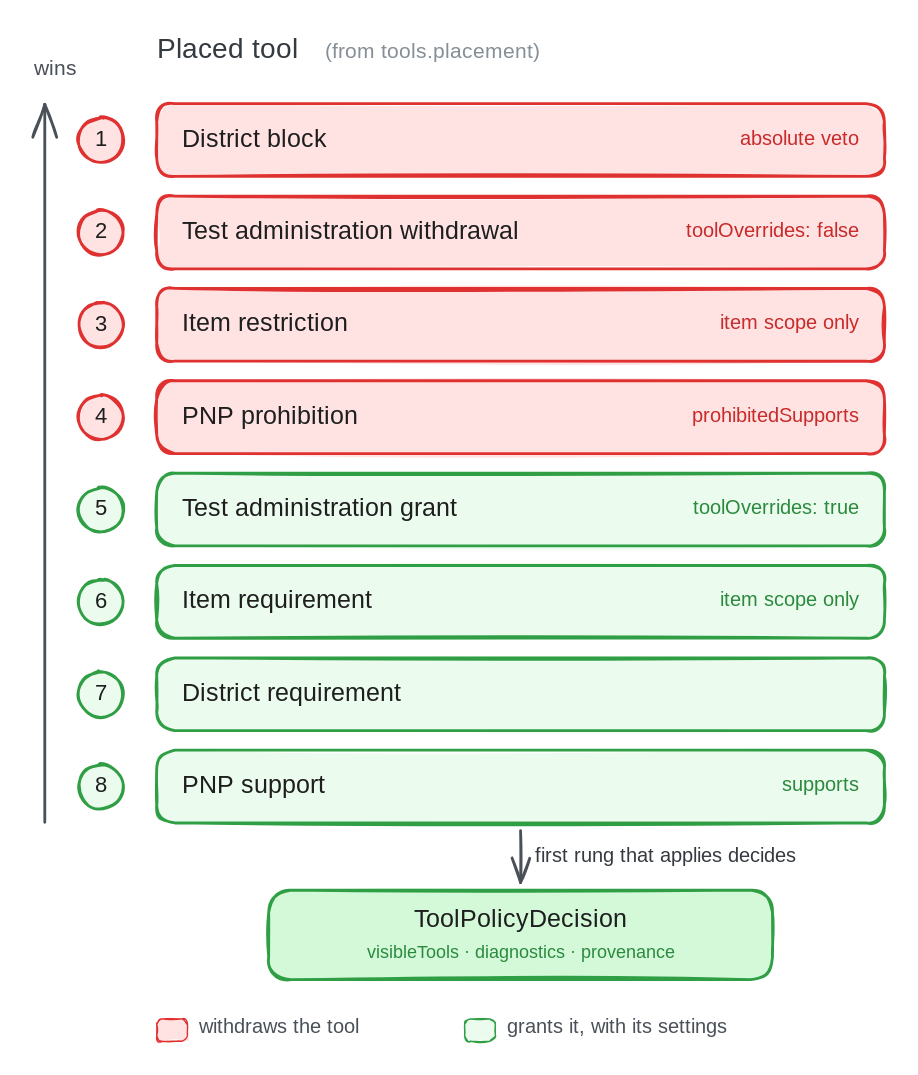
Before: packages/pie-website-app/static/images/diagrams/tool-policy-precedence.excalidraw.svg, a diagram exported from Excalidraw (pie-framework/pie-website-ng). Source tidied: one line per element, renumbered; positions are measured from the earlier drawing's top-left corner, leaving out a move shared by most shapes.
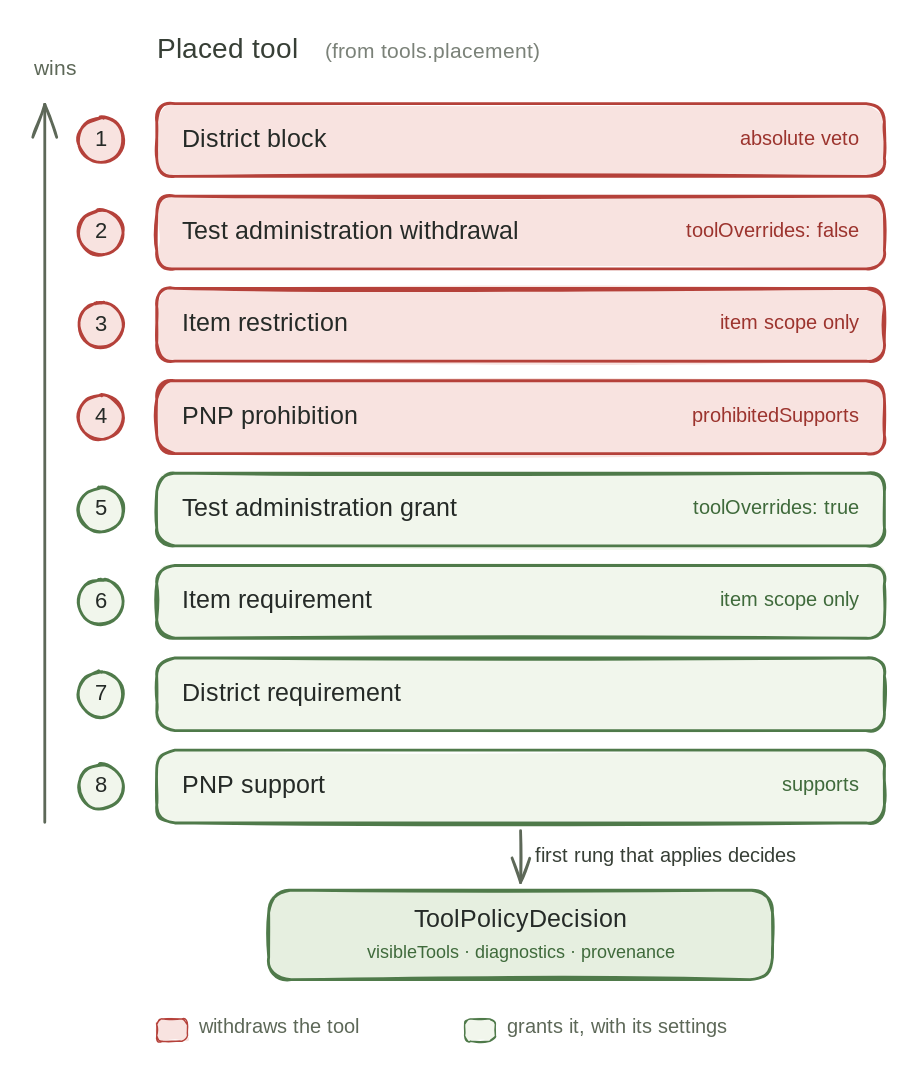
Later version of the same file.

The edit, as a diff of the source:
```diff
@@ -1,52 +1,52 @@
-{"id": 0, "type": "ellipse", "strokeColor": "#e03131", "backgroundColor": "#ffe3e3", "fillStyle": "solid", "strokeWidth": 2, "roughness": 1, "x": 32, "y": 60, "width": 32, "height": 32}
+{"id": 0, "type": "ellipse", "strokeColor": "#b5413a", "backgroundColor": "#f8e3e0", "fillStyle": "solid", "strokeWidth": 2, "roughness": 1, "x": 32, "y": 60, "width": 32, "height": 32}
-{"id": 1, "type": "text", "text": "1", "strokeColor": "#1e1e1e", "strokeWidth": 2, "roughness": 1, "fontSize": 16, "fontFamily": 5, "textAlign": "center", "x": 45, "y": 66, "width": 7, "height": 20}
+{"id": 1, "type": "text", "text": "1", "strokeColor": "#252a27", "strokeWidth": 2, "roughness": 1, "fontSize": 16, "fontFamily": 5, "textAlign": "center", "x": 45, "y": 66, "width": 7, "height": 20}
-{"id": 2, "type": "rectangle", "strokeColor": "#e03131", "backgroundColor": "#ffe3e3", "fillStyle": "solid", "strokeWidth": 2, "roughness": 1, "round": true, "x": 88, "y": 50, "width": 520, "height": 52}
+{"id": 2, "type": "rectangle", "strokeColor": "#b5413a", "backgroundColor": "#f8e3e0", "fillStyle": "solid", "strokeWidth": 2, "roughness": 1, "round": true, "x": 88, "y": 50, "width": 520, "height": 52}
-{"id": 3, "type": "text", "text": "District block", "strokeColor": "#1e1e1e", "strokeWidth": 2, "roughness": 1, "fontSize": 18, "fontFamily": 5, "x": 106, "y": 65, "width": 120, "height": 22}
+{"id": 3, "type": "text", "text": "District block", "strokeColor": "#252a27", "strokeWidth": 2, "roughness": 1, "fontSize": 18, "fontFamily": 5, "x": 106, "y": 65, "width": 120, "height": 22}
-{"id": 4, "type": "ellipse", "strokeColor": "#e03131", "backgroundColor": "#ffe3e3", "fillStyle": "solid", "strokeWidth": 2, "roughness": 1, "x": 32, "y": 126, "width": 32, "height": 32}
+{"id": 4, "type": "ellipse", "strokeColor": "#b5413a", "backgroundColor": "#f8e3e0", "fillStyle": "solid", "strokeWidth": 2, "roughness": 1, "x": 32, "y": 126, "width": 32, "height": 32}
-{"id": 5, "type": "text", "text": "2", "strokeColor": "#1e1e1e", "strokeWidth": 2, "roughness": 1, "fontSize": 16, "fontFamily": 5, "textAlign": "center", "x": 42, "y": 132, "width": 11, "height": 20}
+{"id": 5, "type": "text", "text": "2", "strokeColor": "#252a27", "strokeWidth": 2, "roughness": 1, "fontSize": 16, "fontFamily": 5, "textAlign": "center", "x": 42, "y": 132, "width": 11, "height": 20}
-{"id": 6, "type": "rectangle", "strokeColor": "#e03131", "backgroundColor": "#ffe3e3", "fillStyle": "solid", "strokeWidth": 2, "roughness": 1, "round": true, "x": 88, "y": 116, "width": 520, "height": 52}
+{"id": 6, "type": "rectangle", "strokeColor": "#b5413a", "backgroundColor": "#f8e3e0", "fillStyle": "solid", "strokeWidth": 2, "roughness": 1, "round": true, "x": 88, "y": 116, "width": 520, "height": 52}
-{"id": 7, "type": "text", "text": "Test administration withdrawal", "strokeColor": "#1e1e1e", "strokeWidth": 2, "roughness": 1, "fontSize": 18, "fontFamily": 5, "x": 106, "y": 131, "width": 272, "height": 22}
+{"id": 7, "type": "text", "text": "Test administration withdrawal", "strokeColor": "#252a27", "strokeWidth": 2, "roughness": 1, "fontSize": 18, "fontFamily": 5, "x": 106, "y": 131, "width": 272, "height": 22}
-{"id": 8, "type": "ellipse", "strokeColor": "#e03131", "backgroundColor": "#ffe3e3", "fillStyle": "solid", "strokeWidth": 2, "roughness": 1, "x": 32, "y": 192, "width": 32, "height": 32}
+{"id": 8, "type": "ellipse", "strokeColor": "#b5413a", "backgroundColor": "#f8e3e0", "fillStyle": "solid", "strokeWidth": 2, "roughness": 1, "x": 32, "y": 192, "width": 32, "height": 32}
-{"id": 9, "type": "text", "text": "3", "strokeColor": "#1e1e1e", "strokeWidth": 2, "roughness": 1, "fontSize": 16, "fontFamily": 5, "textAlign": "center", "x": 43, "y": 198, "width": 10, "height": 20}
+{"id": 9, "type": "text", "text": "3", "strokeColor": "#252a27", "strokeWidth": 2, "roughness": 1, "fontSize": 16, "fontFamily": 5, "textAlign": "center", "x": 43, "y": 198, "width": 10, "height": 20}
-{"id": 10, "type": "rectangle", "strokeColor": "#e03131", "backgroundColor": "#ffe3e3", "fillStyle": "solid", "strokeWidth": 2, "roughness": 1, "round": true, "x": 88, "y": 182, "width": 520, "height": 52}
+{"id": 10, "type": "rectangle", "strokeColor": "#b5413a", "backgroundColor": "#f8e3e0", "fillStyle": "solid", "strokeWidth": 2, "roughness": 1, "round": true, "x": 88, "y": 182, "width": 520, "height": 52}
-{"id": 11, "type": "text", "text": "Item restriction", "strokeColor": "#1e1e1e", "strokeWidth": 2, "roughness": 1, "fontSize": 18, "fontFamily": 5, "x": 106, "y": 197, "width": 141, "height": 22}
+{"id": 11, "type": "text", "text": "Item restriction", "strokeColor": "#252a27", "strokeWidth": 2, "roughness": 1, "fontSize": 18, "fontFamily": 5, "x": 106, "y": 197, "width": 141, "height": 22}
-{"id": 12, "type": "ellipse", "strokeColor": "#e03131", "backgroundColor": "#ffe3e3", "fillStyle": "solid", "strokeWidth": 2, "roughness": 1, "x": 32, "y": 258, "width": 32, "height": 32}
+{"id": 12, "type": "ellipse", "strokeColor": "#b5413a", "backgroundColor": "#f8e3e0", "fillStyle": "solid", "strokeWidth": 2, "roughness": 1, "x": 32, "y": 258, "width": 32, "height": 32}
-{"id": 13, "type": "text", "text": "4", "strokeColor": "#1e1e1e", "strokeWidth": 2, "roughness": 1, "fontSize": 16, "fontFamily": 5, "textAlign": "center", "x": 43, "y": 264, "width": 9, "height": 20}
+{"id": 13, "type": "text", "text": "4", "strokeColor": "#252a27", "strokeWidth": 2, "roughness": 1, "fontSize": 16, "fontFamily": 5, "textAlign": "center", "x": 43, "y": 264, "width": 9, "height": 20}
-{"id": 14, "type": "rectangle", "strokeColor": "#e03131", "backgroundColor": "#ffe3e3", "fillStyle": "solid", "strokeWidth": 2, "roughness": 1, "round": true, "x": 88, "y": 248, "width": 520, "height": 52}
+{"id": 14, "type": "rectangle", "strokeColor": "#b5413a", "backgroundColor": "#f8e3e0", "fillStyle": "solid", "strokeWidth": 2, "roughness": 1, "round": true, "x": 88, "y": 248, "width": 520, "height": 52}
-{"id": 15, "type": "text", "text": "PNP prohibition", "strokeColor": "#1e1e1e", "strokeWidth": 2, "roughness": 1, "fontSize": 18, "fontFamily": 5, "x": 106, "y": 263, "width": 135, "height": 22}
+{"id": 15, "type": "text", "text": "PNP prohibition", "strokeColor": "#252a27", "strokeWidth": 2, "roughness": 1, "fontSize": 18, "fontFamily": 5, "x": 106, "y": 263, "width": 135, "height": 22}
-{"id": 16, "type": "ellipse", "strokeColor": "#2f9e44", "backgroundColor": "#ebfbee", "fillStyle": "solid", "strokeWidth": 2, "roughness": 1, "x": 32, "y": 324, "width": 32, "height": 32}
+{"id": 16, "type": "ellipse", "strokeColor": "#4f7a4a", "backgroundColor": "#f1f6ec", "fillStyle": "solid", "strokeWidth": 2, "roughness": 1, "x": 32, "y": 324, "width": 32, "height": 32}
-{"id": 17, "type": "text", "text": "5", "strokeColor": "#1e1e1e", "strokeWidth": 2, "roughness": 1, "fontSize": 16, "fontFamily": 5, "textAlign": "center", "x": 43, "y": 330, "width": 10, "height": 20}
+{"id": 17, "type": "text", "text": "5", "strokeColor": "#252a27", "strokeWidth": 2, "roughness": 1, "fontSize": 16, "fontFamily": 5, "textAlign": "center", "x": 43, "y": 330, "width": 10, "height": 20}
-{"id": 18, "type": "rectangle", "strokeColor": "#2f9e44", "backgroundColor": "#ebfbee", "fillStyle": "solid", "strokeWidth": 2, "roughness": 1, "round": true, "x": 88, "y": 314, "width": 520, "height": 52}
+{"id": 18, "type": "rectangle", "strokeColor": "#4f7a4a", "backgroundColor": "#f1f6ec", "fillStyle": "solid", "strokeWidth": 2, "roughness": 1, "round": true, "x": 88, "y": 314, "width": 520, "height": 52}
-{"id": 19, "type": "text", "text": "Test administration grant", "strokeColor": "#1e1e1e", "strokeWidth": 2, "roughness": 1, "fontSize": 18, "fontFamily": 5, "x": 106, "y": 329, "width": 227, "height": 22}
+{"id": 19, "type": "text", "text": "Test administration grant", "strokeColor": "#252a27", "strokeWidth": 2, "roughness": 1, "fontSize": 18, "fontFamily": 5, "x": 106, "y": 329, "width": 227, "height": 22}
-{"id": 20, "type": "ellipse", "strokeColor": "#2f9e44", "backgroundColor": "#ebfbee", "fillStyle": "solid", "strokeWidth": 2, "roughness": 1, "x": 32, "y": 390, "width": 32, "height": 32}
+{"id": 20, "type": "ellipse", "strokeColor": "#4f7a4a", "backgroundColor": "#f1f6ec", "fillStyle": "solid", "strokeWidth": 2, "roughness": 1, "x": 32, "y": 390, "width": 32, "height": 32}
-{"id": 21, "type": "text", "text": "6", "strokeColor": "#1e1e1e", "strokeWidth": 2, "roughness": 1, "fontSize": 16, "fontFamily": 5, "textAlign": "center", "x": 43, "y": 396, "width": 10, "height": 20}
+{"id": 21, "type": "text", "text": "6", "strokeColor": "#252a27", "strokeWidth": 2, "roughness": 1, "fontSize": 16, "fontFamily": 5, "textAlign": "center", "x": 43, "y": 396, "width": 10, "height": 20}
-{"id": 22, "type": "rectangle", "strokeColor": "#2f9e44", "backgroundColor": "#ebfbee", "fillStyle": "solid", "strokeWidth": 2, "roughness": 1, "round": true, "x": 88, "y": 380, "width": 520, "height": 52}
+{"id": 22, "type": "rectangle", "strokeColor": "#4f7a4a", "backgroundColor": "#f1f6ec", "fillStyle": "solid", "strokeWidth": 2, "roughness": 1, "round": true, "x": 88, "y": 380, "width": 520, "height": 52}
-{"id": 23, "type": "text", "text": "Item requirement", "strokeColor": "#1e1e1e", "strokeWidth": 2, "roughness": 1, "fontSize": 18, "fontFamily": 5, "x": 106, "y": 395, "width": 147, "height": 22}
+{"id": 23, "type": "text", "text": "Item requirement", "strokeColor": "#252a27", "strokeWidth": 2, "roughness": 1, "fontSize": 18, "fontFamily": 5, "x": 106, "y": 395, "width": 147, "height": 22}
-{"id": 24, "type": "ellipse", "strokeColor": "#2f9e44", "backgroundColor": "#ebfbee", "fillStyle": "solid", "strokeWidth": 2, "roughness": 1, "x": 32, "y": 456, "width": 32, "height": 32}
+{"id": 24, "type": "ellipse", "strokeColor": "#4f7a4a", "backgroundColor": "#f1f6ec", "fillStyle": "solid", "strokeWidth": 2, "roughness": 1, "x": 32, "y": 456, "width": 32, "height": 32}
-{"id": 25, "type": "text", "text": "7", "strokeColor": "#1e1e1e", "strokeWidth": 2, "roughness": 1, "fontSize": 16, "fontFamily": 5, "textAlign": "center", "x": 44, "y": 462, "width": 9, "height": 20}
+{"id": 25, "type": "text", "text": "7", "strokeColor": "#252a27", "strokeWidth": 2, "roughness": 1, "fontSize": 16, "fontFamily": 5, "textAlign": "center", "x": 44, "y": 462, "width": 9, "height": 20}
-{"id": 26, "type": "rectangle", "strokeColor": "#2f9e44", "backgroundColor": "#ebfbee", "fillStyle": "solid", "strokeWidth": 2, "roughness": 1, "round": true, "x": 88, "y": 446, "width": 520, "height": 52}
+{"id": 26, "type": "rectangle", "strokeColor": "#4f7a4a", "backgroundColor": "#f1f6ec", "fillStyle": "solid", "strokeWidth": 2, "roughness": 1, "round": true, "x": 88, "y": 446, "width": 520, "height": 52}
-{"id": 27, "type": "text", "text": "District requirement", "strokeColor": "#1e1e1e", "strokeWidth": 2, "roughness": 1, "fontSize": 18, "fontFamily": 5, "x": 106, "y": 461, "width": 175, "height": 22}
+{"id": 27, "type": "text", "text": "District requirement", "strokeColor": "#252a27", "strokeWidth": 2, "roughness": 1, "fontSize": 18, "fontFamily": 5, "x": 106, "y": 461, "width": 175, "height": 22}
-{"id": 28, "type": "ellipse", "strokeColor": "#2f9e44", "backgroundColor": "#ebfbee", "fillStyle": "solid", "strokeWidth": 2, "roughness": 1, "x": 32, "y": 522, "width": 32, "height": 32}
+{"id": 28, "type": "ellipse", "strokeColor": "#4f7a4a", "backgroundColor": "#f1f6ec", "fillStyle": "solid", "strokeWidth": 2, "roughness": 1, "x": 32, "y": 522, "width": 32, "height": 32}
-{"id": 29, "type": "text", "text": "8", "strokeColor": "#1e1e1e", "strokeWidth": 2, "roughness": 1, "fontSize": 16, "fontFamily": 5, "textAlign": "center", "x": 43, "y": 528, "width": 10, "height": 20}
+{"id": 29, "type": "text", "text": "8", "strokeColor": "#252a27", "strokeWidth": 2, "roughness": 1, "fontSize": 16, "fontFamily": 5, "textAlign": "center", "x": 43, "y": 528, "width": 10, "height": 20}
-{"id": 30, "type": "rectangle", "strokeColor": "#2f9e44", "backgroundColor": "#ebfbee", "fillStyle": "solid", "strokeWidth": 2, "roughness": 1, "round": true, "x": 88, "y": 512, "width": 520, "height": 52}
+{"id": 30, "type": "rectangle", "strokeColor": "#4f7a4a", "backgroundColor": "#f1f6ec", "fillStyle": "solid", "strokeWidth": 2, "roughness": 1, "round": true, "x": 88, "y": 512, "width": 520, "height": 52}
-{"id": 31, "type": "text", "text": "PNP support", "strokeColor": "#1e1e1e", "strokeWidth": 2, "roughness": 1, "fontSize": 18, "fontFamily": 5, "x": 106, "y": 527, "width": 111, "height": 22}
+{"id": 31, "type": "text", "text": "PNP support", "strokeColor": "#252a27", "strokeWidth": 2, "roughness": 1, "fontSize": 18, "fontFamily": 5, "x": 106, "y": 527, "width": 111, "height": 22}
-{"id": 32, "type": "rectangle", "strokeColor": "#2f9e44", "backgroundColor": "#d3f9d8", "fillStyle": "solid", "strokeWidth": 2, "roughness": 1, "round": true, "x": 168, "y": 612, "width": 360, "height": 64}
+{"id": 32, "type": "rectangle", "strokeColor": "#4f7a4a", "backgroundColor": "#e6efe0", "fillStyle": "solid", "strokeWidth": 2, "roughness": 1, "round": true, "x": 168, "y": 612, "width": 360, "height": 64}
-{"id": 33, "type": "text", "text": "ToolPolicyDecision", "strokeColor": "#1e1e1e", "strokeWidth": 2, "roughness": 1, "fontSize": 18, "fontFamily": 5, "textAlign": "center", "x": 268, "y": 623, "width": 161, "height": 22}
+{"id": 33, "type": "text", "text": "ToolPolicyDecision", "strokeColor": "#252a27", "strokeWidth": 2, "roughness": 1, "fontSize": 18, "fontFamily": 5, "textAlign": "center", "x": 268, "y": 623, "width": 161, "height": 22}
-{"id": 34, "type": "text", "text": "visibleTools · diagnostics · provenance", "strokeColor": "#2b8a3e", "strokeWidth": 2, "roughness": 1, "fontSize": 13, "fontFamily": 8, "textAlign": "center", "x": 212, "y": 649, "width": 271, "height": 16}
+{"id": 34, "type": "text", "text": "visibleTools · diagnostics · provenance", "strokeColor": "#3f6a3b", "strokeWidth": 2, "roughness": 1, "fontSize": 13, "fontFamily": 8, "textAlign": "center", "x": 212, "y": 649, "width": 271, "height": 16}
-{"id": 35, "type": "text", "text": "Placed tool", "strokeColor": "#343a40", "strokeWidth": 2, "roughness": 1, "fontSize": 20, "fontFamily": 5, "x": 88, "y": 0, "width": 110, "height": 25}
+{"id": 35, "type": "text", "text": "Placed tool", "strokeColor": "#373f36", "strokeWidth": 2, "roughness": 1, "fontSize": 20, "fontFamily": 5, "x": 88, "y": 0, "width": 110, "height": 25}
-{"id": 36, "type": "text", "text": "(from tools.placement)", "strokeColor": "#868e96", "strokeWidth": 2, "roughness": 1, "fontSize": 15, "fontFamily": 8, "x": 208, "y": 4, "width": 182, "height": 19}
+{"id": 36, "type": "text", "text": "(from tools.placement)", "strokeColor": "#7b8279", "strokeWidth": 2, "roughness": 1, "fontSize": 15, "fontFamily": 8, "x": 208, "y": 4, "width": 182, "height": 19}
-{"id": 37, "type": "text", "text": "absolute veto", "strokeColor": "#c92a2a", "strokeWidth": 2, "roughness": 1, "fontSize": 14, "fontFamily": 8, "textAlign": "right", "x": 490, "y": 67, "width": 100, "height": 18}
+{"id": 37, "type": "text", "text": "absolute veto", "strokeColor": "#9c342e", "strokeWidth": 2, "roughness": 1, "fontSize": 14, "fontFamily": 8, "textAlign": "right", "x": 490, "y": 67, "width": 100, "height": 18}
-{"id": 38, "type": "text", "text": "toolOverrides: false", "strokeColor": "#c92a2a", "strokeWidth": 2, "roughness": 1, "fontSize": 14, "fontFamily": 8, "textAlign": "right", "x": 436, "y": 133, "width": 154, "height": 18}
+{"id": 38, "type": "text", "text": "toolOverrides: false", "strokeColor": "#9c342e", "strokeWidth": 2, "roughness": 1, "fontSize": 14, "fontFamily": 8, "textAlign": "right", "x": 436, "y": 133, "width": 154, "height": 18}
-{"id": 39, "type": "text", "text": "item scope only", "strokeColor": "#c92a2a", "strokeWidth": 2, "roughness": 1, "fontSize": 14, "fontFamily": 8, "textAlign": "right", "x": 475, "y": 199, "width": 115, "height": 18}
+{"id": 39, "type": "text", "text": "item scope only", "strokeColor": "#9c342e", "strokeWidth": 2, "roughness": 1, "fontSize": 14, "fontFamily": 8, "textAlign": "right", "x": 475, "y": 199, "width": 115, "height": 18}
-{"id": 40, "type": "text", "text": "prohibitedSupports", "strokeColor": "#c92a2a", "strokeWidth": 2, "roughness": 1, "fontSize": 14, "fontFamily": 8, "textAlign": "right", "x": 451, "y": 265, "width": 139, "height": 18}
+{"id": 40, "type": "text", "text": "prohibitedSupports", "strokeColor": "#9c342e", "strokeWidth": 2, "roughness": 1, "fontSize": 14, "fontFamily": 8, "textAlign": "right", "x": 451, "y": 265, "width": 139, "height": 18}
-{"id": 41, "type": "text", "text": "toolOverrides: true", "strokeColor": "#2b8a3e", "strokeWidth": 2, "roughness": 1, "fontSize": 14, "fontFamily": 8, "textAlign": "right", "x": 444, "y": 331, "width": 146, "height": 18}
+{"id": 41, "type": "text", "text": "toolOverrides: true", "strokeColor": "#3f6a3b", "strokeWidth": 2, "roughness": 1, "fontSize": 14, "fontFamily": 8, "textAlign": "right", "x": 444, "y": 331, "width": 146, "height": 18}
-{"id": 42, "type": "text", "text": "item scope only", "strokeColor": "#2b8a3e", "strokeWidth": 2, "roughness": 1, "fontSize": 14, "fontFamily": 8, "textAlign": "right", "x": 475, "y": 397, "width": 115, "height": 18}
+{"id": 42, "type": "text", "text": "item scope only", "strokeColor": "#3f6a3b", "strokeWidth": 2, "roughness": 1, "fontSize": 14, "fontFamily": 8, "textAlign": "right", "x": 475, "y": 397, "width": 115, "height": 18}
-{"id": 43, "type": "text", "text": "supports", "strokeColor": "#2b8a3e", "strokeWidth": 2, "roughness": 1, "fontSize": 14, "fontFamily": 8, "textAlign": "right", "x": 528, "y": 529, "width": 62, "height": 18}
+{"id": 43, "type": "text", "text": "supports", "strokeColor": "#3f6a3b", "strokeWidth": 2, "roughness": 1, "fontSize": 14, "fontFamily": 8, "textAlign": "right", "x": 528, "y": 529, "width": 62, "height": 18}
-{"id": 44, "type": "arrow", "strokeColor": "#495057", "strokeWidth": 2, "roughness": 1, "endArrowhead": "arrow", "x": 8, "y": 564, "width": 0, "height": 513, "points": [[0, 0], [0, -513]]}
+{"id": 44, "type": "arrow", "strokeColor": "#5d6858", "strokeWidth": 2, "roughness": 1, "endArrowhead": "arrow", "x": 8, "y": 564, "width": 0, "height": 513, "points": [[0, 0], [0, -513]]}
-{"id": 45, "type": "text", "text": "wins", "strokeColor": "#495057", "strokeWidth": 2, "roughness": 1, "fontSize": 15, "fontFamily": 5, "x": 0, "y": 16, "width": 30, "height": 19}
+{"id": 45, "type": "text", "text": "wins", "strokeColor": "#5d6858", "strokeWidth": 2, "roughness": 1, "fontSize": 15, "fontFamily": 5, "x": 0, "y": 16, "width": 30, "height": 19}
-{"id": 46, "type": "arrow", "strokeColor": "#495057", "strokeWidth": 2, "roughness": 1, "endArrowhead": "arrow", "from": 30, "to": 32, "x": 348, "y": 570, "width": 0, "height": 37, "points": [[0, 0], [0, 37]]}
+{"id": 46, "type": "arrow", "strokeColor": "#5d6858", "strokeWidth": 2, "roughness": 1, "endArrowhead": "arrow", "from": 30, "to": 32, "x": 348, "y": 570, "width": 0, "height": 37, "points": [[0, 0], [0, 37]]}
-{"id": 47, "type": "text", "text": "first rung that applies decides", "strokeColor": "#343a40", "strokeWidth": 2, "roughness": 1, "fontSize": 14, "fontFamily": 5, "x": 358, "y": 579, "width": 209, "height": 18}
+{"id": 47, "type": "text", "text": "first rung that applies decides", "strokeColor": "#373f36", "strokeWidth": 2, "roughness": 1, "fontSize": 14, "fontFamily": 5, "x": 358, "y": 579, "width": 209, "height": 18}
-{"id": 48, "type": "rectangle", "strokeColor": "#e03131", "backgroundColor": "#ffe3e3", "fillStyle": "solid", "strokeWidth": 1, "roughness": 1, "round": true, "x": 88, "y": 704, "width": 22, "height": 16}
+{"id": 48, "type": "rectangle", "strokeColor": "#b5413a", "backgroundColor": "#f8e3e0", "fillStyle": "solid", "strokeWidth": 1, "roughness": 1, "round": true, "x": 88, "y": 704, "width": 22, "height": 16}
-{"id": 49, "type": "text", "text": "withdraws the tool", "strokeColor": "#495057", "strokeWidth": 2, "roughness": 1, "fontSize": 14, "fontFamily": 5, "x": 118, "y": 702, "width": 130, "height": 18}
+{"id": 49, "type": "text", "text": "withdraws the tool", "strokeColor": "#5d6858", "strokeWidth": 2, "roughness": 1, "fontSize": 14, "fontFamily": 5, "x": 118, "y": 702, "width": 130, "height": 18}
-{"id": 50, "type": "rectangle", "strokeColor": "#2f9e44", "backgroundColor": "#ebfbee", "fillStyle": "solid", "strokeWidth": 1, "roughness": 1, "round": true, "x": 308, "y": 704, "width": 22, "height": 16}
+{"id": 50, "type": "rectangle", "strokeColor": "#4f7a4a", "backgroundColor": "#f1f6ec", "fillStyle": "solid", "strokeWidth": 1, "roughness": 1, "round": true, "x": 308, "y": 704, "width": 22, "height": 16}
-{"id": 51, "type": "text", "text": "grants it, with its settings", "strokeColor": "#495057", "strokeWidth": 2, "roughness": 1, "fontSize": 14, "fontFamily": 5, "x": 338, "y": 702, "width": 185, "height": 18}
+{"id": 51, "type": "text", "text": "grants it, with its settings", "strokeColor": "#5d6858", "strokeWidth": 2, "roughness": 1, "fontSize": 14, "fontFamily": 5, "x": 338, "y": 702, "width": 185, "height": 18}
```
